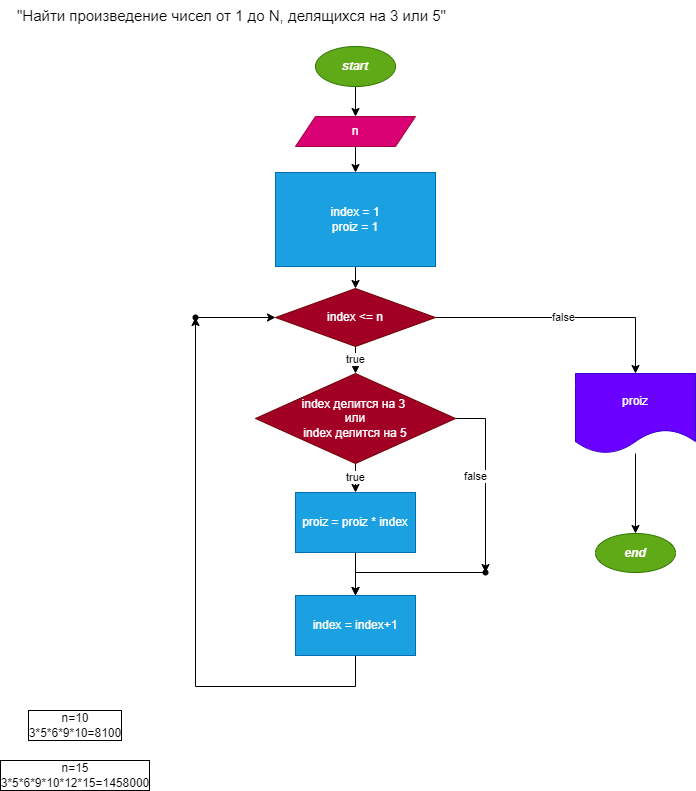
Earlier version of the draw.io export blok.drawio.png (SboevaTatiana/SboevaTatiana.github.io). Source tidied: cells renumbered, new cells last; positions are measured from the earlier drawing's top-left corner, leaving out a move shared by most shapes. The source it was exported from:
```xml
<mxGraphModel>
  <root>
    <mxCell id="0" />
    <mxCell id="1" parent="0" />
    <mxCell id="2" style="edgeStyle=orthogonalEdgeStyle;rounded=0;jettySize=auto;html=1;" parent="1" edge="1" source="3" target="5">
      <mxGeometry relative="1" as="geometry" />
    </mxCell>
    <mxCell id="3" value="start" style="ellipse;whiteSpace=wrap;html=1;fillColor=#60a917;fontColor=#ffffff;strokeColor=#2D7600;fontStyle=3;" parent="1" vertex="1">
      <mxGeometry x="300" y="46" width="80" height="40" as="geometry" />
    </mxCell>
    <mxCell id="4" style="edgeStyle=orthogonalEdgeStyle;rounded=0;jettySize=auto;html=1;" parent="1" edge="1" source="5" target="7">
      <mxGeometry relative="1" as="geometry" />
    </mxCell>
    <mxCell id="5" value="n" style="shape=parallelogram;perimeter=parallelogramPerimeter;whiteSpace=wrap;html=1;fixedSize=1;fillColor=#d80073;fontColor=#ffffff;strokeColor=#A50040;" parent="1" vertex="1">
      <mxGeometry x="280" y="116" width="120" height="30" as="geometry" />
    </mxCell>
    <mxCell id="6" style="edgeStyle=orthogonalEdgeStyle;rounded=0;jettySize=auto;html=1;exitX=0.5;exitY=1;exitDx=0;exitDy=0;" parent="1" edge="1" source="7" target="10">
      <mxGeometry relative="1" as="geometry" />
    </mxCell>
    <mxCell id="7" value="index = 1&lt;br style=&quot;border-color: var(--border-color);&quot;&gt;proiz = 1" style="whiteSpace=wrap;html=1;fillColor=#1ba1e2;fontColor=#ffffff;strokeColor=#006EAF;" parent="1" vertex="1">
      <mxGeometry x="260" y="172" width="160" height="94" as="geometry" />
    </mxCell>
    <mxCell id="8" value="true" style="edgeStyle=orthogonalEdgeStyle;rounded=0;jettySize=auto;html=1;" parent="1" edge="1" source="10" target="13">
      <mxGeometry relative="1" as="geometry" />
    </mxCell>
    <mxCell id="9" value="false" style="edgeStyle=orthogonalEdgeStyle;rounded=0;jettySize=auto;html=1;" parent="1" edge="1" source="10" target="23">
      <mxGeometry relative="1" as="geometry" />
    </mxCell>
    <mxCell id="10" value="index &amp;lt;= n" style="rhombus;whiteSpace=wrap;html=1;fillColor=#a20025;fontColor=#ffffff;strokeColor=#6F0000;" parent="1" vertex="1">
      <mxGeometry x="260" y="288" width="160" height="58" as="geometry" />
    </mxCell>
    <mxCell id="11" value="true" style="edgeStyle=orthogonalEdgeStyle;rounded=0;jettySize=auto;html=1;" parent="1" edge="1" source="13" target="15">
      <mxGeometry relative="1" as="geometry" />
    </mxCell>
    <mxCell id="12" value="false" style="edgeStyle=orthogonalEdgeStyle;rounded=0;jettySize=auto;html=1;" parent="1" edge="1" source="13" target="19">
      <mxGeometry x="-0.04" y="-10" relative="1" as="geometry" />
    </mxCell>
    <mxCell id="13" value="index делится на 3&amp;nbsp;&lt;br&gt;или&lt;br&gt;index делится на 5" style="rhombus;whiteSpace=wrap;html=1;fillColor=#a20025;fontColor=#ffffff;strokeColor=#6F0000;" parent="1" vertex="1">
      <mxGeometry x="240" y="373" width="200" height="90" as="geometry" />
    </mxCell>
    <mxCell id="14" style="edgeStyle=orthogonalEdgeStyle;rounded=0;jettySize=auto;html=1;" parent="1" edge="1" source="15" target="17">
      <mxGeometry relative="1" as="geometry" />
    </mxCell>
    <mxCell id="15" value="proiz = proiz * index" style="whiteSpace=wrap;html=1;fillColor=#1ba1e2;fontColor=#ffffff;strokeColor=#006EAF;" parent="1" vertex="1">
      <mxGeometry x="280" y="492" width="120" height="60" as="geometry" />
    </mxCell>
    <mxCell id="16" style="edgeStyle=orthogonalEdgeStyle;rounded=0;jettySize=auto;html=1;" parent="1" edge="1" source="17" target="21">
      <mxGeometry relative="1" as="geometry">
        <Array as="points">
          <mxPoint x="340" y="686" />
          <mxPoint x="180" y="686" />
        </Array>
      </mxGeometry>
    </mxCell>
    <mxCell id="17" value="index = index+1" style="whiteSpace=wrap;html=1;fillColor=#1ba1e2;fontColor=#ffffff;strokeColor=#006EAF;" parent="1" vertex="1">
      <mxGeometry x="280" y="595" width="120" height="60" as="geometry" />
    </mxCell>
    <mxCell id="18" style="edgeStyle=orthogonalEdgeStyle;rounded=0;jettySize=auto;html=1;" parent="1" edge="1" source="19" target="17">
      <mxGeometry relative="1" as="geometry" />
    </mxCell>
    <mxCell id="19" style="shape=waypoint;sketch=0;size=6;points=[];fillColor=default;perimeter=centerPerimeter;snapToPoint=1;" parent="1" vertex="1">
      <mxGeometry x="450" y="552" width="40" height="40" as="geometry" />
    </mxCell>
    <mxCell id="20" style="edgeStyle=orthogonalEdgeStyle;rounded=0;jettySize=auto;html=1;" parent="1" edge="1" source="21" target="10">
      <mxGeometry relative="1" as="geometry" />
    </mxCell>
    <mxCell id="21" style="shape=waypoint;sketch=0;size=6;points=[];fillColor=default;perimeter=centerPerimeter;snapToPoint=1;" parent="1" vertex="1">
      <mxGeometry x="160" y="297" width="40" height="40" as="geometry" />
    </mxCell>
    <mxCell id="22" style="edgeStyle=orthogonalEdgeStyle;rounded=0;jettySize=auto;html=1;" parent="1" edge="1" source="23" target="24">
      <mxGeometry relative="1" as="geometry" />
    </mxCell>
    <mxCell id="23" value="proiz" style="shape=document;whiteSpace=wrap;html=1;boundedLbl=1;fillColor=#6a00ff;fontColor=#ffffff;strokeColor=#3700CC;fontStyle=0;" parent="1" vertex="1">
      <mxGeometry x="560" y="373" width="120" height="80" as="geometry" />
    </mxCell>
    <mxCell id="24" value="end" style="ellipse;whiteSpace=wrap;html=1;fillColor=#60a917;fontColor=#ffffff;strokeColor=#2D7600;fontStyle=3;" parent="1" vertex="1">
      <mxGeometry x="580" y="533" width="80" height="39" as="geometry" />
    </mxCell>
    <mxCell id="25" value="&lt;span style=&quot;font-family: roboto, &amp;quot;san francisco&amp;quot;, &amp;quot;helvetica neue&amp;quot;, helvetica, arial; font-size: 15px;&quot;&gt;&quot;Найти произведение чисел от 1 до N, делящихся на 3 или 5&quot;&lt;/span&gt;" style="text;whiteSpace=wrap;html=1;fontColor=default;labelBackgroundColor=default;labelBorderColor=none;" parent="1" vertex="1">
      <mxGeometry width="440" height="30" as="geometry" />
    </mxCell>
    <mxCell id="26" value="n=10&lt;br&gt;3*5*6*9*10=8100" style="text;html=1;strokeColor=none;fillColor=none;align=center;verticalAlign=middle;whiteSpace=wrap;rounded=0;labelBackgroundColor=default;labelBorderColor=default;fontColor=default;" parent="1" vertex="1">
      <mxGeometry x="30" y="710" width="60" height="30" as="geometry" />
    </mxCell>
    <mxCell id="27" value="n=15&lt;br&gt;3*5*6*9*10*12*15=1458000" style="text;html=1;strokeColor=none;fillColor=none;align=center;verticalAlign=middle;whiteSpace=wrap;rounded=0;labelBackgroundColor=default;labelBorderColor=default;fontColor=default;" parent="1" vertex="1">
      <mxGeometry x="30" y="760" width="60" height="30" as="geometry" />
    </mxCell>
  </root>
</mxGraphModel>
```
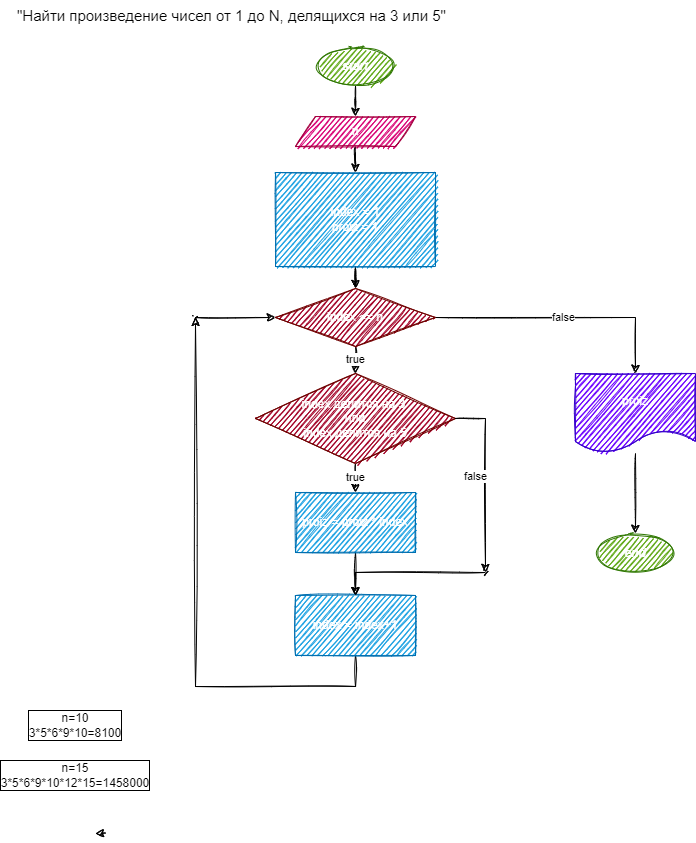
After the change.

Commit message:
отформатировали стиль заливки блоков на схеме

What changed in the source:
```diff
@@ -2,49 +2,49 @@
   <root>
     <mxCell id="0" />
     <mxCell id="1" parent="0" />
-    <mxCell id="2" style="edgeStyle=orthogonalEdgeStyle;rounded=0;jettySize=auto;html=1;" parent="1" edge="1" source="3" target="5">
+    <mxCell id="2" style="edgeStyle=orthogonalEdgeStyle;rounded=0;jettySize=auto;html=1;sketch=1;" parent="1" edge="1" source="3" target="5">
       <mxGeometry relative="1" as="geometry" />
     </mxCell>
-    <mxCell id="3" value="start" style="ellipse;whiteSpace=wrap;html=1;fillColor=#60a917;fontColor=#ffffff;strokeColor=#2D7600;fontStyle=3;" parent="1" vertex="1">
+    <mxCell id="3" value="start" style="ellipse;whiteSpace=wrap;html=1;fillColor=#60a917;fontColor=#ffffff;strokeColor=#2D7600;fontStyle=3;rounded=0;sketch=1;" parent="1" vertex="1">
       <mxGeometry x="300" y="46" width="80" height="40" as="geometry" />
     </mxCell>
-    <mxCell id="4" style="edgeStyle=orthogonalEdgeStyle;rounded=0;jettySize=auto;html=1;" parent="1" edge="1" source="5" target="7">
+    <mxCell id="4" style="edgeStyle=orthogonalEdgeStyle;rounded=0;jettySize=auto;html=1;sketch=1;" parent="1" edge="1" source="5" target="7">
       <mxGeometry relative="1" as="geometry" />
     </mxCell>
-    <mxCell id="5" value="n" style="shape=parallelogram;perimeter=parallelogramPerimeter;whiteSpace=wrap;html=1;fixedSize=1;fillColor=#d80073;fontColor=#ffffff;strokeColor=#A50040;" parent="1" vertex="1">
+    <mxCell id="5" value="n" style="shape=parallelogram;perimeter=parallelogramPerimeter;whiteSpace=wrap;html=1;fixedSize=1;fillColor=#d80073;fontColor=#ffffff;strokeColor=#A50040;rounded=0;sketch=1;" parent="1" vertex="1">
       <mxGeometry x="280" y="116" width="120" height="30" as="geometry" />
     </mxCell>
-    <mxCell id="6" style="edgeStyle=orthogonalEdgeStyle;rounded=0;jettySize=auto;html=1;exitX=0.5;exitY=1;exitDx=0;exitDy=0;" parent="1" edge="1" source="7" target="10">
+    <mxCell id="6" style="edgeStyle=orthogonalEdgeStyle;rounded=0;jettySize=auto;html=1;exitX=0.5;exitY=1;exitDx=0;exitDy=0;sketch=1;" parent="1" edge="1" source="7" target="10">
       <mxGeometry relative="1" as="geometry" />
     </mxCell>
-    <mxCell id="7" value="index = 1&lt;br style=&quot;border-color: var(--border-color);&quot;&gt;proiz = 1" style="whiteSpace=wrap;html=1;fillColor=#1ba1e2;fontColor=#ffffff;strokeColor=#006EAF;" parent="1" vertex="1">
+    <mxCell id="7" value="index = 1&lt;br style=&quot;border-color: var(--border-color);&quot;&gt;proiz = 1" style="whiteSpace=wrap;html=1;fillColor=#1ba1e2;fontColor=#ffffff;strokeColor=#006EAF;rounded=0;sketch=1;" parent="1" vertex="1">
       <mxGeometry x="260" y="172" width="160" height="94" as="geometry" />
     </mxCell>
-    <mxCell id="8" value="true" style="edgeStyle=orthogonalEdgeStyle;rounded=0;jettySize=auto;html=1;" parent="1" edge="1" source="10" target="13">
+    <mxCell id="8" value="true" style="edgeStyle=orthogonalEdgeStyle;rounded=0;jettySize=auto;html=1;sketch=1;" parent="1" edge="1" source="10" target="13">
       <mxGeometry relative="1" as="geometry" />
     </mxCell>
-    <mxCell id="9" value="false" style="edgeStyle=orthogonalEdgeStyle;rounded=0;jettySize=auto;html=1;" parent="1" edge="1" source="10" target="23">
+    <mxCell id="9" value="false" style="edgeStyle=orthogonalEdgeStyle;rounded=0;jettySize=auto;html=1;sketch=1;" parent="1" edge="1" source="10" target="23">
       <mxGeometry relative="1" as="geometry" />
     </mxCell>
-    <mxCell id="10" value="index &amp;lt;= n" style="rhombus;whiteSpace=wrap;html=1;fillColor=#a20025;fontColor=#ffffff;strokeColor=#6F0000;" parent="1" vertex="1">
+    <mxCell id="10" value="index &amp;lt;= n" style="rhombus;whiteSpace=wrap;html=1;fillColor=#a20025;fontColor=#ffffff;strokeColor=#6F0000;rounded=0;sketch=1;" parent="1" vertex="1">
       <mxGeometry x="260" y="288" width="160" height="58" as="geometry" />
     </mxCell>
-    <mxCell id="11" value="true" style="edgeStyle=orthogonalEdgeStyle;rounded=0;jettySize=auto;html=1;" parent="1" edge="1" source="13" target="15">
+    <mxCell id="11" value="true" style="edgeStyle=orthogonalEdgeStyle;rounded=0;jettySize=auto;html=1;sketch=1;" parent="1" edge="1" source="13" target="15">
       <mxGeometry relative="1" as="geometry" />
     </mxCell>
-    <mxCell id="12" value="false" style="edgeStyle=orthogonalEdgeStyle;rounded=0;jettySize=auto;html=1;" parent="1" edge="1" source="13" target="19">
+    <mxCell id="12" value="false" style="edgeStyle=orthogonalEdgeStyle;rounded=0;jettySize=auto;html=1;sketch=1;" parent="1" edge="1" source="13" target="19">
       <mxGeometry x="-0.04" y="-10" relative="1" as="geometry" />
     </mxCell>
-    <mxCell id="13" value="index делится на 3&amp;nbsp;&lt;br&gt;или&lt;br&gt;index делится на 5" style="rhombus;whiteSpace=wrap;html=1;fillColor=#a20025;fontColor=#ffffff;strokeColor=#6F0000;" parent="1" vertex="1">
+    <mxCell id="13" value="index делится на 3&amp;nbsp;&lt;br&gt;или&lt;br&gt;index делится на 5" style="rhombus;whiteSpace=wrap;html=1;fillColor=#a20025;fontColor=#ffffff;strokeColor=#6F0000;rounded=0;sketch=1;" parent="1" vertex="1">
       <mxGeometry x="240" y="373" width="200" height="90" as="geometry" />
     </mxCell>
-    <mxCell id="14" style="edgeStyle=orthogonalEdgeStyle;rounded=0;jettySize=auto;html=1;" parent="1" edge="1" source="15" target="17">
+    <mxCell id="14" style="edgeStyle=orthogonalEdgeStyle;rounded=0;jettySize=auto;html=1;sketch=1;" parent="1" edge="1" source="15" target="17">
       <mxGeometry relative="1" as="geometry" />
     </mxCell>
-    <mxCell id="15" value="proiz = proiz * index" style="whiteSpace=wrap;html=1;fillColor=#1ba1e2;fontColor=#ffffff;strokeColor=#006EAF;" parent="1" vertex="1">
+    <mxCell id="15" value="proiz = proiz * index" style="whiteSpace=wrap;html=1;fillColor=#1ba1e2;fontColor=#ffffff;strokeColor=#006EAF;rounded=0;sketch=1;" parent="1" vertex="1">
       <mxGeometry x="280" y="492" width="120" height="60" as="geometry" />
     </mxCell>
-    <mxCell id="16" style="edgeStyle=orthogonalEdgeStyle;rounded=0;jettySize=auto;html=1;" parent="1" edge="1" source="17" target="21">
+    <mxCell id="16" style="edgeStyle=orthogonalEdgeStyle;rounded=0;jettySize=auto;html=1;sketch=1;" parent="1" edge="1" source="17" target="21">
       <mxGeometry relative="1" as="geometry">
         <Array as="points">
           <mxPoint x="340" y="686" />
@@ -52,38 +52,44 @@
         </Array>
       </mxGeometry>
     </mxCell>
-    <mxCell id="17" value="index = index+1" style="whiteSpace=wrap;html=1;fillColor=#1ba1e2;fontColor=#ffffff;strokeColor=#006EAF;" parent="1" vertex="1">
+    <mxCell id="17" value="index = index+1" style="whiteSpace=wrap;html=1;fillColor=#1ba1e2;fontColor=#ffffff;strokeColor=#006EAF;rounded=0;sketch=1;" parent="1" vertex="1">
       <mxGeometry x="280" y="595" width="120" height="60" as="geometry" />
     </mxCell>
-    <mxCell id="18" style="edgeStyle=orthogonalEdgeStyle;rounded=0;jettySize=auto;html=1;" parent="1" edge="1" source="19" target="17">
+    <mxCell id="18" style="edgeStyle=orthogonalEdgeStyle;rounded=0;jettySize=auto;html=1;sketch=1;" parent="1" edge="1" source="19" target="17">
       <mxGeometry relative="1" as="geometry" />
     </mxCell>
-    <mxCell id="19" style="shape=waypoint;sketch=0;size=6;points=[];fillColor=default;perimeter=centerPerimeter;snapToPoint=1;" parent="1" vertex="1">
+    <mxCell id="19" style="shape=waypoint;size=6;points=[];fillColor=default;perimeter=centerPerimeter;snapToPoint=1;rounded=0;sketch=1;" parent="1" vertex="1">
       <mxGeometry x="450" y="552" width="40" height="40" as="geometry" />
     </mxCell>
-    <mxCell id="20" style="edgeStyle=orthogonalEdgeStyle;rounded=0;jettySize=auto;html=1;" parent="1" edge="1" source="21" target="10">
+    <mxCell id="20" style="edgeStyle=orthogonalEdgeStyle;rounded=0;jettySize=auto;html=1;sketch=1;" parent="1" edge="1" source="21" target="10">
       <mxGeometry relative="1" as="geometry" />
     </mxCell>
-    <mxCell id="21" style="shape=waypoint;sketch=0;size=6;points=[];fillColor=default;perimeter=centerPerimeter;snapToPoint=1;" parent="1" vertex="1">
+    <mxCell id="21" style="shape=waypoint;size=6;points=[];fillColor=default;perimeter=centerPerimeter;snapToPoint=1;rounded=0;sketch=1;" parent="1" vertex="1">
       <mxGeometry x="160" y="297" width="40" height="40" as="geometry" />
     </mxCell>
-    <mxCell id="22" style="edgeStyle=orthogonalEdgeStyle;rounded=0;jettySize=auto;html=1;" parent="1" edge="1" source="23" target="24">
+    <mxCell id="22" style="edgeStyle=orthogonalEdgeStyle;rounded=0;jettySize=auto;html=1;sketch=1;" parent="1" edge="1" source="23" target="24">
       <mxGeometry relative="1" as="geometry" />
     </mxCell>
-    <mxCell id="23" value="proiz" style="shape=document;whiteSpace=wrap;html=1;boundedLbl=1;fillColor=#6a00ff;fontColor=#ffffff;strokeColor=#3700CC;fontStyle=0;" parent="1" vertex="1">
+    <mxCell id="23" value="proiz" style="shape=document;whiteSpace=wrap;html=1;boundedLbl=1;fillColor=#6a00ff;fontColor=#ffffff;strokeColor=#3700CC;fontStyle=0;rounded=0;sketch=1;" parent="1" vertex="1">
       <mxGeometry x="560" y="373" width="120" height="80" as="geometry" />
     </mxCell>
-    <mxCell id="24" value="end" style="ellipse;whiteSpace=wrap;html=1;fillColor=#60a917;fontColor=#ffffff;strokeColor=#2D7600;fontStyle=3;" parent="1" vertex="1">
+    <mxCell id="24" value="end" style="ellipse;whiteSpace=wrap;html=1;fillColor=#60a917;fontColor=#ffffff;strokeColor=#2D7600;fontStyle=3;rounded=0;sketch=1;" parent="1" vertex="1">
       <mxGeometry x="580" y="533" width="80" height="39" as="geometry" />
     </mxCell>
-    <mxCell id="25" value="&lt;span style=&quot;font-family: roboto, &amp;quot;san francisco&amp;quot;, &amp;quot;helvetica neue&amp;quot;, helvetica, arial; font-size: 15px;&quot;&gt;&quot;Найти произведение чисел от 1 до N, делящихся на 3 или 5&quot;&lt;/span&gt;" style="text;whiteSpace=wrap;html=1;fontColor=default;labelBackgroundColor=default;labelBorderColor=none;" parent="1" vertex="1">
+    <mxCell id="25" value="&lt;span style=&quot;font-family: roboto, &amp;quot;san francisco&amp;quot;, &amp;quot;helvetica neue&amp;quot;, helvetica, arial; font-size: 15px;&quot;&gt;&quot;Найти произведение чисел от 1 до N, делящихся на 3 или 5&quot;&lt;/span&gt;" style="text;whiteSpace=wrap;html=1;fontColor=default;labelBackgroundColor=default;labelBorderColor=none;rounded=0;sketch=1;" parent="1" vertex="1">
       <mxGeometry width="440" height="30" as="geometry" />
     </mxCell>
-    <mxCell id="26" value="n=10&lt;br&gt;3*5*6*9*10=8100" style="text;html=1;strokeColor=none;fillColor=none;align=center;verticalAlign=middle;whiteSpace=wrap;rounded=0;labelBackgroundColor=default;labelBorderColor=default;fontColor=default;" parent="1" vertex="1">
+    <mxCell id="26" value="n=10&lt;br&gt;3*5*6*9*10=8100" style="text;html=1;strokeColor=none;fillColor=none;align=center;verticalAlign=middle;whiteSpace=wrap;rounded=0;labelBackgroundColor=default;labelBorderColor=default;fontColor=default;sketch=1;" parent="1" vertex="1">
       <mxGeometry x="30" y="710" width="60" height="30" as="geometry" />
     </mxCell>
-    <mxCell id="27" value="n=15&lt;br&gt;3*5*6*9*10*12*15=1458000" style="text;html=1;strokeColor=none;fillColor=none;align=center;verticalAlign=middle;whiteSpace=wrap;rounded=0;labelBackgroundColor=default;labelBorderColor=default;fontColor=default;" parent="1" vertex="1">
+    <mxCell id="27" value="n=15&lt;br&gt;3*5*6*9*10*12*15=1458000" style="text;html=1;strokeColor=none;fillColor=none;align=center;verticalAlign=middle;whiteSpace=wrap;rounded=0;labelBackgroundColor=default;labelBorderColor=default;fontColor=default;sketch=1;" parent="1" vertex="1">
       <mxGeometry x="30" y="760" width="60" height="30" as="geometry" />
     </mxCell>
+    <mxCell id="28" style="edgeStyle=none;html=1;exitX=1;exitY=0.75;exitDx=0;exitDy=0;entryX=0.833;entryY=0.767;entryDx=0;entryDy=0;entryPerimeter=0;fontColor=default;rounded=0;sketch=1;" parent="1" edge="1">
+      <mxGeometry relative="1" as="geometry">
+        <mxPoint x="90" y="832.5" as="sourcePoint" />
+        <mxPoint x="80" y="833" as="targetPoint" />
+      </mxGeometry>
+    </mxCell>
   </root>
 </mxGraphModel>
```
